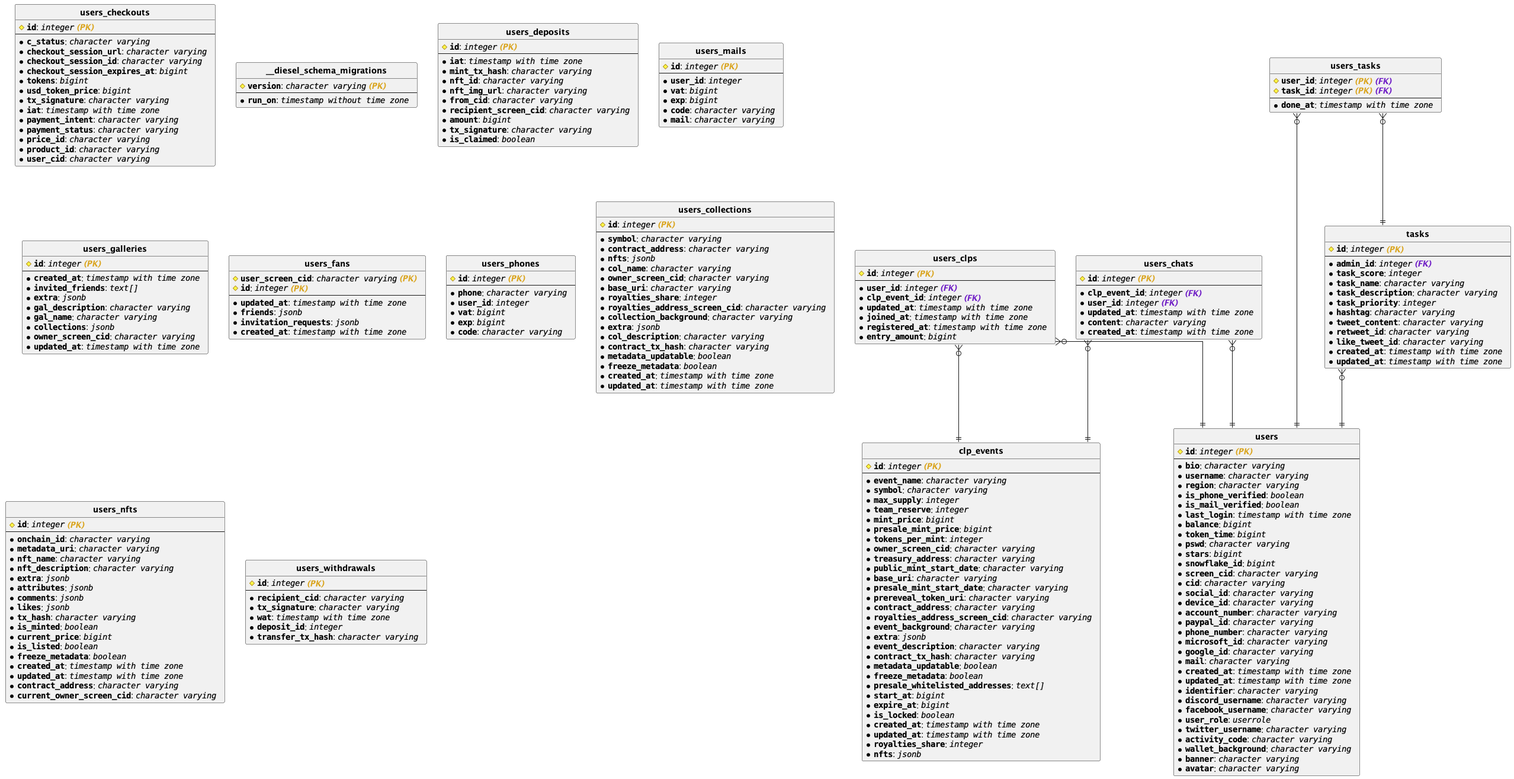
Earlier version of the PlantUML export infra/panel.png (wildonion/gem).
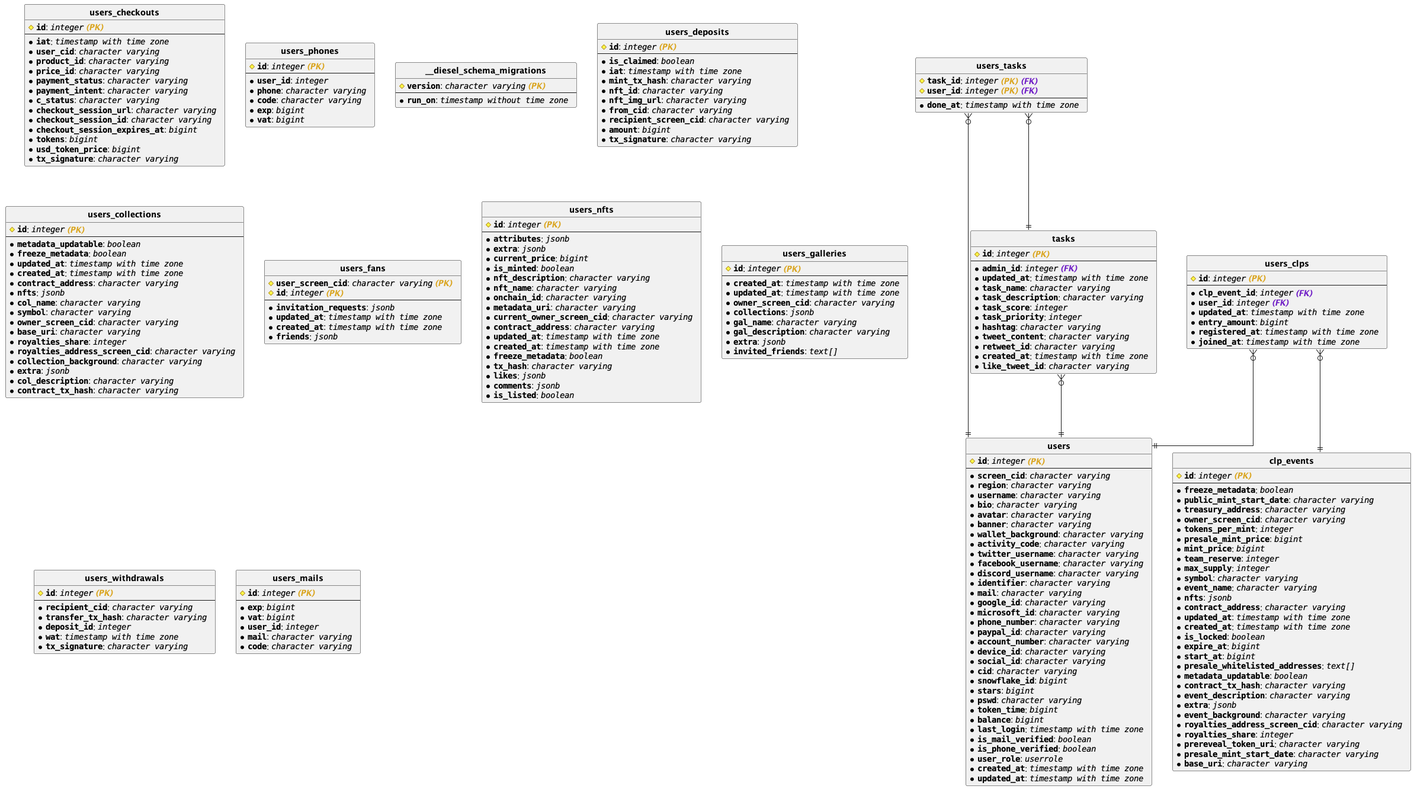
Later version of the same file.

Change to the diagram source:
```diff
@@ -6,6 +6,12 @@
 entity "**users_checkouts**" {
 # <b>""id""</b>: //""integer"" <b><color:goldenrod>(PK) </color></b> //
 ---
+* <b>""iat""</b>: //""timestamp with time zone""  //
+* <b>""user_cid""</b>: //""character varying""  //
+* <b>""product_id""</b>: //""character varying""  //
+* <b>""price_id""</b>: //""character varying""  //
+* <b>""payment_status""</b>: //""character varying""  //
+* <b>""payment_intent""</b>: //""character varying""  //
 * <b>""c_status""</b>: //""character varying""  //
 * <b>""checkout_session_url""</b>: //""character varying""  //
 * <b>""checkout_session_id""</b>: //""character varying""  //
@@ -13,12 +19,53 @@
 * <b>""tokens""</b>: //""bigint""  //
 * <b>""usd_token_price""</b>: //""bigint""  //
 * <b>""tx_signature""</b>: //""character varying""  //
-* <b>""iat""</b>: //""timestamp with time zone""  //
-* <b>""payment_intent""</b>: //""character varying""  //
-* <b>""payment_status""</b>: //""character varying""  //
-* <b>""price_id""</b>: //""character varying""  //
-* <b>""product_id""</b>: //""character varying""  //
-* <b>""user_cid""</b>: //""character varying""  //
+}
+
+entity "**users_phones**" {
+# <b>""id""</b>: //""integer"" <b><color:goldenrod>(PK) </color></b> //
+---
+* <b>""user_id""</b>: //""integer""  //
+* <b>""phone""</b>: //""character varying""  //
+* <b>""code""</b>: //""character varying""  //
+* <b>""exp""</b>: //""bigint""  //
+* <b>""vat""</b>: //""bigint""  //
+}
+
+entity "**users**" {
+# <b>""id""</b>: //""integer"" <b><color:goldenrod>(PK) </color></b> //
+---
+* <b>""screen_cid""</b>: //""character varying""  //
+* <b>""region""</b>: //""character varying""  //
+* <b>""username""</b>: //""character varying""  //
+* <b>""bio""</b>: //""character varying""  //
+* <b>""avatar""</b>: //""character varying""  //
+* <b>""banner""</b>: //""character varying""  //
+* <b>""wallet_background""</b>: //""character varying""  //
+* <b>""activity_code""</b>: //""character varying""  //
+* <b>""twitter_username""</b>: //""character varying""  //
+* <b>""facebook_username""</b>: //""character varying""  //
+* <b>""discord_username""</b>: //""character varying""  //
+* <b>""identifier""</b>: //""character varying""  //
+* <b>""mail""</b>: //""character varying""  //
+* <b>""google_id""</b>: //""character varying""  //
+* <b>""microsoft_id""</b>: //""character varying""  //
+* <b>""phone_number""</b>: //""character varying""  //
+* <b>""paypal_id""</b>: //""character varying""  //
+* <b>""account_number""</b>: //""character varying""  //
+* <b>""device_id""</b>: //""character varying""  //
+* <b>""social_id""</b>: //""character varying""  //
+* <b>""cid""</b>: //""character varying""  //
+* <b>""snowflake_id""</b>: //""bigint""  //
+* <b>""stars""</b>: //""bigint""  //
+* <b>""pswd""</b>: //""character varying""  //
+* <b>""token_time""</b>: //""bigint""  //
+* <b>""balance""</b>: //""bigint""  //
+* <b>""last_login""</b>: //""timestamp with time zone""  //
+* <b>""is_mail_verified""</b>: //""boolean""  //
+* <b>""is_phone_verified""</b>: //""boolean""  //
+* <b>""user_role""</b>: //""userrole""  //
+* <b>""created_at""</b>: //""timestamp with time zone""  //
+* <b>""updated_at""</b>: //""timestamp with time zone""  //
 }
 
 entity "**__diesel_schema_migrations**" {
@@ -27,20 +74,10 @@
 * <b>""run_on""</b>: //""timestamp without time zone""  //
 }
 
-entity "**users_clps**" {
-# <b>""id""</b>: //""integer"" <b><color:goldenrod>(PK) </color></b> //
----
-* <b>""user_id""</b>: //""integer"" <b><color:701fc6>(FK) </color></b> //
-* <b>""clp_event_id""</b>: //""integer"" <b><color:701fc6>(FK) </color></b> //
-* <b>""updated_at""</b>: //""timestamp with time zone""  //
-* <b>""joined_at""</b>: //""timestamp with time zone""  //
-* <b>""registered_at""</b>: //""timestamp with time zone""  //
-* <b>""entry_amount""</b>: //""bigint""  //
-}
-
 entity "**users_deposits**" {
 # <b>""id""</b>: //""integer"" <b><color:goldenrod>(PK) </color></b> //
 ---
+* <b>""is_claimed""</b>: //""boolean""  //
 * <b>""iat""</b>: //""timestamp with time zone""  //
 * <b>""mint_tx_hash""</b>: //""character varying""  //
 * <b>""nft_id""</b>: //""character varying""  //
@@ -49,153 +86,30 @@
 * <b>""recipient_screen_cid""</b>: //""character varying""  //
 * <b>""amount""</b>: //""bigint""  //
 * <b>""tx_signature""</b>: //""character varying""  //
-* <b>""is_claimed""</b>: //""boolean""  //
 }
 
-entity "**users_mails**" {
+entity "**users_clps**" {
 # <b>""id""</b>: //""integer"" <b><color:goldenrod>(PK) </color></b> //
 ---
-* <b>""user_id""</b>: //""integer""  //
-* <b>""vat""</b>: //""bigint""  //
-* <b>""exp""</b>: //""bigint""  //
-* <b>""code""</b>: //""character varying""  //
-* <b>""mail""</b>: //""character varying""  //
-}
-
-entity "**users_galleries**" {
-# <b>""id""</b>: //""integer"" <b><color:goldenrod>(PK) </color></b> //
----
-* <b>""created_at""</b>: //""timestamp with time zone""  //
-* <b>""invited_friends""</b>: //""text[]""  //
-* <b>""extra""</b>: //""jsonb""  //
-* <b>""gal_description""</b>: //""character varying""  //
-* <b>""gal_name""</b>: //""character varying""  //
-* <b>""collections""</b>: //""jsonb""  //
-* <b>""owner_screen_cid""</b>: //""character varying""  //
+* <b>""clp_event_id""</b>: //""integer"" <b><color:701fc6>(FK) </color></b> //
+* <b>""user_id""</b>: //""integer"" <b><color:701fc6>(FK) </color></b> //
 * <b>""updated_at""</b>: //""timestamp with time zone""  //
-}
-
-entity "**clp_events**" {
-# <b>""id""</b>: //""integer"" <b><color:goldenrod>(PK) </color></b> //
----
-* <b>""event_name""</b>: //""character varying""  //
-* <b>""symbol""</b>: //""character varying""  //
-* <b>""max_supply""</b>: //""integer""  //
-* <b>""team_reserve""</b>: //""integer""  //
-* <b>""mint_price""</b>: //""bigint""  //
-* <b>""presale_mint_price""</b>: //""bigint""  //
-* <b>""tokens_per_mint""</b>: //""integer""  //
-* <b>""owner_screen_cid""</b>: //""character varying""  //
-* <b>""treasury_address""</b>: //""character varying""  //
-* <b>""public_mint_start_date""</b>: //""character varying""  //
-* <b>""base_uri""</b>: //""character varying""  //
-* <b>""presale_mint_start_date""</b>: //""character varying""  //
-* <b>""prereveal_token_uri""</b>: //""character varying""  //
-* <b>""contract_address""</b>: //""character varying""  //
-* <b>""royalties_address_screen_cid""</b>: //""character varying""  //
-* <b>""event_background""</b>: //""character varying""  //
-* <b>""extra""</b>: //""jsonb""  //
-* <b>""event_description""</b>: //""character varying""  //
-* <b>""contract_tx_hash""</b>: //""character varying""  //
-* <b>""metadata_updatable""</b>: //""boolean""  //
-* <b>""freeze_metadata""</b>: //""boolean""  //
-* <b>""presale_whitelisted_addresses""</b>: //""text[]""  //
-* <b>""start_at""</b>: //""bigint""  //
-* <b>""expire_at""</b>: //""bigint""  //
-* <b>""is_locked""</b>: //""boolean""  //
-* <b>""created_at""</b>: //""timestamp with time zone""  //
-* <b>""updated_at""</b>: //""timestamp with time zone""  //
-* <b>""royalties_share""</b>: //""integer""  //
-* <b>""nfts""</b>: //""jsonb""  //
-}
-
-entity "**users_fans**" {
-# <b>""user_screen_cid""</b>: //""character varying"" <b><color:goldenrod>(PK) </color></b> //
-# <b>""id""</b>: //""integer"" <b><color:goldenrod>(PK) </color></b> //
----
-* <b>""updated_at""</b>: //""timestamp with time zone""  //
-* <b>""friends""</b>: //""jsonb""  //
-* <b>""invitation_requests""</b>: //""jsonb""  //
-* <b>""created_at""</b>: //""timestamp with time zone""  //
-}
-
-entity "**users**" {
-# <b>""id""</b>: //""integer"" <b><color:goldenrod>(PK) </color></b> //
----
-* <b>""bio""</b>: //""character varying""  //
-* <b>""username""</b>: //""character varying""  //
-* <b>""region""</b>: //""character varying""  //
-* <b>""is_phone_verified""</b>: //""boolean""  //
-* <b>""is_mail_verified""</b>: //""boolean""  //
-* <b>""last_login""</b>: //""timestamp with time zone""  //
-* <b>""balance""</b>: //""bigint""  //
-* <b>""token_time""</b>: //""bigint""  //
-* <b>""pswd""</b>: //""character varying""  //
-* <b>""stars""</b>: //""bigint""  //
-* <b>""snowflake_id""</b>: //""bigint""  //
-* <b>""screen_cid""</b>: //""character varying""  //
-* <b>""cid""</b>: //""character varying""  //
-* <b>""social_id""</b>: //""character varying""  //
-* <b>""device_id""</b>: //""character varying""  //
-* <b>""account_number""</b>: //""character varying""  //
-* <b>""paypal_id""</b>: //""character varying""  //
-* <b>""phone_number""</b>: //""character varying""  //
-* <b>""microsoft_id""</b>: //""character varying""  //
-* <b>""google_id""</b>: //""character varying""  //
-* <b>""mail""</b>: //""character varying""  //
-* <b>""created_at""</b>: //""timestamp with time zone""  //
-* <b>""updated_at""</b>: //""timestamp with time zone""  //
-* <b>""identifier""</b>: //""character varying""  //
-* <b>""discord_username""</b>: //""character varying""  //
-* <b>""facebook_username""</b>: //""character varying""  //
-* <b>""user_role""</b>: //""userrole""  //
-* <b>""twitter_username""</b>: //""character varying""  //
-* <b>""activity_code""</b>: //""character varying""  //
-* <b>""wallet_background""</b>: //""character varying""  //
-* <b>""banner""</b>: //""character varying""  //
-* <b>""avatar""</b>: //""character varying""  //
-}
-
-entity "**users_tasks**" {
-# <b>""user_id""</b>: //""integer"" <b><color:goldenrod>(PK) </color></b><b><color:701fc6>(FK) </color></b> //
-# <b>""task_id""</b>: //""integer"" <b><color:goldenrod>(PK) </color></b><b><color:701fc6>(FK) </color></b> //
----
-* <b>""done_at""</b>: //""timestamp with time zone""  //
-}
-
-entity "**tasks**" {
-# <b>""id""</b>: //""integer"" <b><color:goldenrod>(PK) </color></b> //
----
-* <b>""admin_id""</b>: //""integer"" <b><color:701fc6>(FK) </color></b> //
-* <b>""task_score""</b>: //""integer""  //
-* <b>""task_name""</b>: //""character varying""  //
-* <b>""task_description""</b>: //""character varying""  //
-* <b>""task_priority""</b>: //""integer""  //
-* <b>""hashtag""</b>: //""character varying""  //
-* <b>""tweet_content""</b>: //""character varying""  //
-* <b>""retweet_id""</b>: //""character varying""  //
-* <b>""like_tweet_id""</b>: //""character varying""  //
-* <b>""created_at""</b>: //""timestamp with time zone""  //
-* <b>""updated_at""</b>: //""timestamp with time zone""  //
-}
-
-entity "**users_phones**" {
-# <b>""id""</b>: //""integer"" <b><color:goldenrod>(PK) </color></b> //
----
-* <b>""phone""</b>: //""character varying""  //
-* <b>""user_id""</b>: //""integer""  //
-* <b>""vat""</b>: //""bigint""  //
-* <b>""exp""</b>: //""bigint""  //
-* <b>""code""</b>: //""character varying""  //
+* <b>""entry_amount""</b>: //""bigint""  //
+* <b>""registered_at""</b>: //""timestamp with time zone""  //
+* <b>""joined_at""</b>: //""timestamp with time zone""  //
 }
 
 entity "**users_collections**" {
 # <b>""id""</b>: //""integer"" <b><color:goldenrod>(PK) </color></b> //
 ---
-* <b>""symbol""</b>: //""character varying""  //
+* <b>""metadata_updatable""</b>: //""boolean""  //
+* <b>""freeze_metadata""</b>: //""boolean""  //
+* <b>""updated_at""</b>: //""timestamp with time zone""  //
+* <b>""created_at""</b>: //""timestamp with time zone""  //
 * <b>""contract_address""</b>: //""character varying""  //
 * <b>""nfts""</b>: //""jsonb""  //
 * <b>""col_name""</b>: //""character varying""  //
+* <b>""symbol""</b>: //""character varying""  //
 * <b>""owner_screen_cid""</b>: //""character varying""  //
 * <b>""base_uri""</b>: //""character varying""  //
 * <b>""royalties_share""</b>: //""integer""  //
@@ -204,52 +118,128 @@
 * <b>""extra""</b>: //""jsonb""  //
 * <b>""col_description""</b>: //""character varying""  //
 * <b>""contract_tx_hash""</b>: //""character varying""  //
+}
+
+entity "**clp_events**" {
+# <b>""id""</b>: //""integer"" <b><color:goldenrod>(PK) </color></b> //
+---
+* <b>""freeze_metadata""</b>: //""boolean""  //
+* <b>""public_mint_start_date""</b>: //""character varying""  //
+* <b>""treasury_address""</b>: //""character varying""  //
+* <b>""owner_screen_cid""</b>: //""character varying""  //
+* <b>""tokens_per_mint""</b>: //""integer""  //
+* <b>""presale_mint_price""</b>: //""bigint""  //
+* <b>""mint_price""</b>: //""bigint""  //
+* <b>""team_reserve""</b>: //""integer""  //
+* <b>""max_supply""</b>: //""integer""  //
+* <b>""symbol""</b>: //""character varying""  //
+* <b>""event_name""</b>: //""character varying""  //
+* <b>""nfts""</b>: //""jsonb""  //
+* <b>""contract_address""</b>: //""character varying""  //
+* <b>""updated_at""</b>: //""timestamp with time zone""  //
+* <b>""created_at""</b>: //""timestamp with time zone""  //
+* <b>""is_locked""</b>: //""boolean""  //
+* <b>""expire_at""</b>: //""bigint""  //
+* <b>""start_at""</b>: //""bigint""  //
+* <b>""presale_whitelisted_addresses""</b>: //""text[]""  //
 * <b>""metadata_updatable""</b>: //""boolean""  //
-* <b>""freeze_metadata""</b>: //""boolean""  //
+* <b>""contract_tx_hash""</b>: //""character varying""  //
+* <b>""event_description""</b>: //""character varying""  //
+* <b>""extra""</b>: //""jsonb""  //
+* <b>""event_background""</b>: //""character varying""  //
+* <b>""royalties_address_screen_cid""</b>: //""character varying""  //
+* <b>""royalties_share""</b>: //""integer""  //
+* <b>""prereveal_token_uri""</b>: //""character varying""  //
+* <b>""presale_mint_start_date""</b>: //""character varying""  //
+* <b>""base_uri""</b>: //""character varying""  //
+}
+
+entity "**users_fans**" {
+# <b>""user_screen_cid""</b>: //""character varying"" <b><color:goldenrod>(PK) </color></b> //
+# <b>""id""</b>: //""integer"" <b><color:goldenrod>(PK) </color></b> //
+---
+* <b>""invitation_requests""</b>: //""jsonb""  //
+* <b>""updated_at""</b>: //""timestamp with time zone""  //
 * <b>""created_at""</b>: //""timestamp with time zone""  //
-* <b>""updated_at""</b>: //""timestamp with time zone""  //
+* <b>""friends""</b>: //""jsonb""  //
 }
 
 entity "**users_nfts**" {
 # <b>""id""</b>: //""integer"" <b><color:goldenrod>(PK) </color></b> //
 ---
+* <b>""attributes""</b>: //""jsonb""  //
+* <b>""extra""</b>: //""jsonb""  //
+* <b>""current_price""</b>: //""bigint""  //
+* <b>""is_minted""</b>: //""boolean""  //
+* <b>""nft_description""</b>: //""character varying""  //
+* <b>""nft_name""</b>: //""character varying""  //
 * <b>""onchain_id""</b>: //""character varying""  //
 * <b>""metadata_uri""</b>: //""character varying""  //
-* <b>""nft_name""</b>: //""character varying""  //
-* <b>""nft_description""</b>: //""character varying""  //
-* <b>""extra""</b>: //""jsonb""  //
-* <b>""attributes""</b>: //""jsonb""  //
+* <b>""current_owner_screen_cid""</b>: //""character varying""  //
+* <b>""contract_address""</b>: //""character varying""  //
+* <b>""updated_at""</b>: //""timestamp with time zone""  //
+* <b>""created_at""</b>: //""timestamp with time zone""  //
+* <b>""freeze_metadata""</b>: //""boolean""  //
+* <b>""tx_hash""</b>: //""character varying""  //
+* <b>""likes""</b>: //""jsonb""  //
 * <b>""comments""</b>: //""jsonb""  //
-* <b>""likes""</b>: //""jsonb""  //
-* <b>""tx_hash""</b>: //""character varying""  //
-* <b>""is_minted""</b>: //""boolean""  //
-* <b>""current_price""</b>: //""bigint""  //
 * <b>""is_listed""</b>: //""boolean""  //
-* <b>""freeze_metadata""</b>: //""boolean""  //
+}
+
+entity "**tasks**" {
+# <b>""id""</b>: //""integer"" <b><color:goldenrod>(PK) </color></b> //
+---
+* <b>""admin_id""</b>: //""integer"" <b><color:701fc6>(FK) </color></b> //
+* <b>""updated_at""</b>: //""timestamp with time zone""  //
+* <b>""task_name""</b>: //""character varying""  //
+* <b>""task_description""</b>: //""character varying""  //
+* <b>""task_score""</b>: //""integer""  //
+* <b>""task_priority""</b>: //""integer""  //
+* <b>""hashtag""</b>: //""character varying""  //
+* <b>""tweet_content""</b>: //""character varying""  //
+* <b>""retweet_id""</b>: //""character varying""  //
+* <b>""created_at""</b>: //""timestamp with time zone""  //
+* <b>""like_tweet_id""</b>: //""character varying""  //
+}
+
+entity "**users_galleries**" {
+# <b>""id""</b>: //""integer"" <b><color:goldenrod>(PK) </color></b> //
+---
 * <b>""created_at""</b>: //""timestamp with time zone""  //
 * <b>""updated_at""</b>: //""timestamp with time zone""  //
-* <b>""contract_address""</b>: //""character varying""  //
-* <b>""current_owner_screen_cid""</b>: //""character varying""  //
+* <b>""owner_screen_cid""</b>: //""character varying""  //
+* <b>""collections""</b>: //""jsonb""  //
+* <b>""gal_name""</b>: //""character varying""  //
+* <b>""gal_description""</b>: //""character varying""  //
+* <b>""extra""</b>: //""jsonb""  //
+* <b>""invited_friends""</b>: //""text[]""  //
 }
 
 entity "**users_withdrawals**" {
 # <b>""id""</b>: //""integer"" <b><color:goldenrod>(PK) </color></b> //
 ---
 * <b>""recipient_cid""</b>: //""character varying""  //
+* <b>""transfer_tx_hash""</b>: //""character varying""  //
+* <b>""deposit_id""</b>: //""integer""  //
+* <b>""wat""</b>: //""timestamp with time zone""  //
 * <b>""tx_signature""</b>: //""character varying""  //
-* <b>""wat""</b>: //""timestamp with time zone""  //
-* <b>""deposit_id""</b>: //""integer""  //
-* <b>""transfer_tx_hash""</b>: //""character varying""  //
 }
 
-entity "**users_chats**" {
+entity "**users_tasks**" {
+# <b>""task_id""</b>: //""integer"" <b><color:goldenrod>(PK) </color></b><b><color:701fc6>(FK) </color></b> //
+# <b>""user_id""</b>: //""integer"" <b><color:goldenrod>(PK) </color></b><b><color:701fc6>(FK) </color></b> //
+---
+* <b>""done_at""</b>: //""timestamp with time zone""  //
+}
+
+entity "**users_mails**" {
 # <b>""id""</b>: //""integer"" <b><color:goldenrod>(PK) </color></b> //
 ---
-* <b>""clp_event_id""</b>: //""integer"" <b><color:701fc6>(FK) </color></b> //
-* <b>""user_id""</b>: //""integer"" <b><color:701fc6>(FK) </color></b> //
-* <b>""updated_at""</b>: //""timestamp with time zone""  //
-* <b>""content""</b>: //""character varying""  //
-* <b>""created_at""</b>: //""timestamp with time zone""  //
+* <b>""exp""</b>: //""bigint""  //
+* <b>""vat""</b>: //""bigint""  //
+* <b>""user_id""</b>: //""integer""  //
+* <b>""mail""</b>: //""character varying""  //
+* <b>""code""</b>: //""character varying""  //
 }
 
 
@@ -257,15 +247,11 @@
 
 "**users_clps**" }o--|| "**clp_events**"
 
+"**tasks**" }o--|| "**users**"
+
 "**users_tasks**" }o--|| "**users**"
 
 "**users_tasks**" }o--|| "**tasks**"
 
-"**tasks**" }o--|| "**users**"
-
-"**users_chats**" }o--|| "**users**"
-
-"**users_chats**" }o--|| "**clp_events**"
-
 
 @enduml
```
